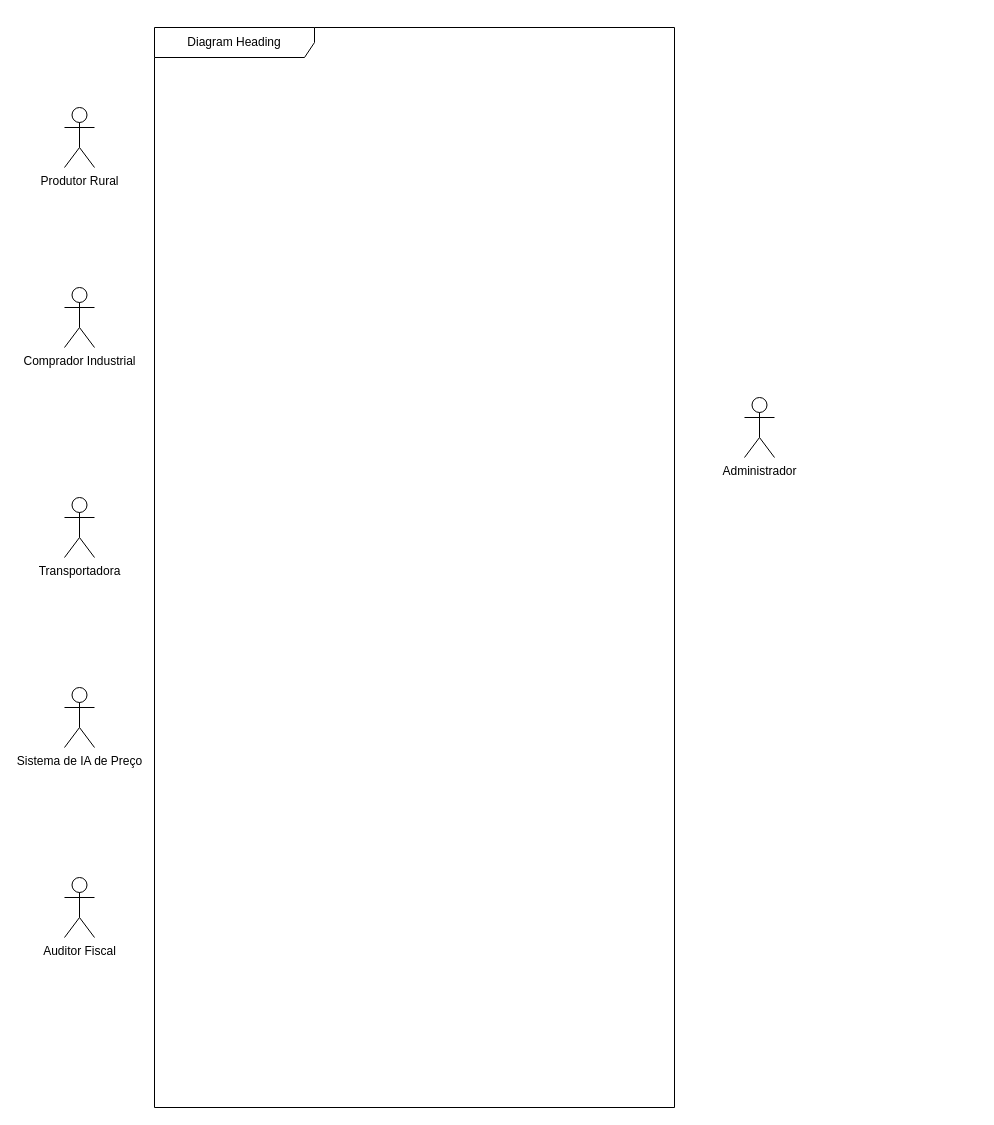
JCalisso/Aulas_Faccat keeps this draw.io diagram as UML.drawio. Above is the earlier version. Source tidied: cells renumbered, new cells numbered last; positions are measured from the earlier drawing's top-left corner, leaving out a move shared by most shapes. Both pictures are drawn from the tidied source at 100%, with x=0, y=0 at pixel (64, 27).
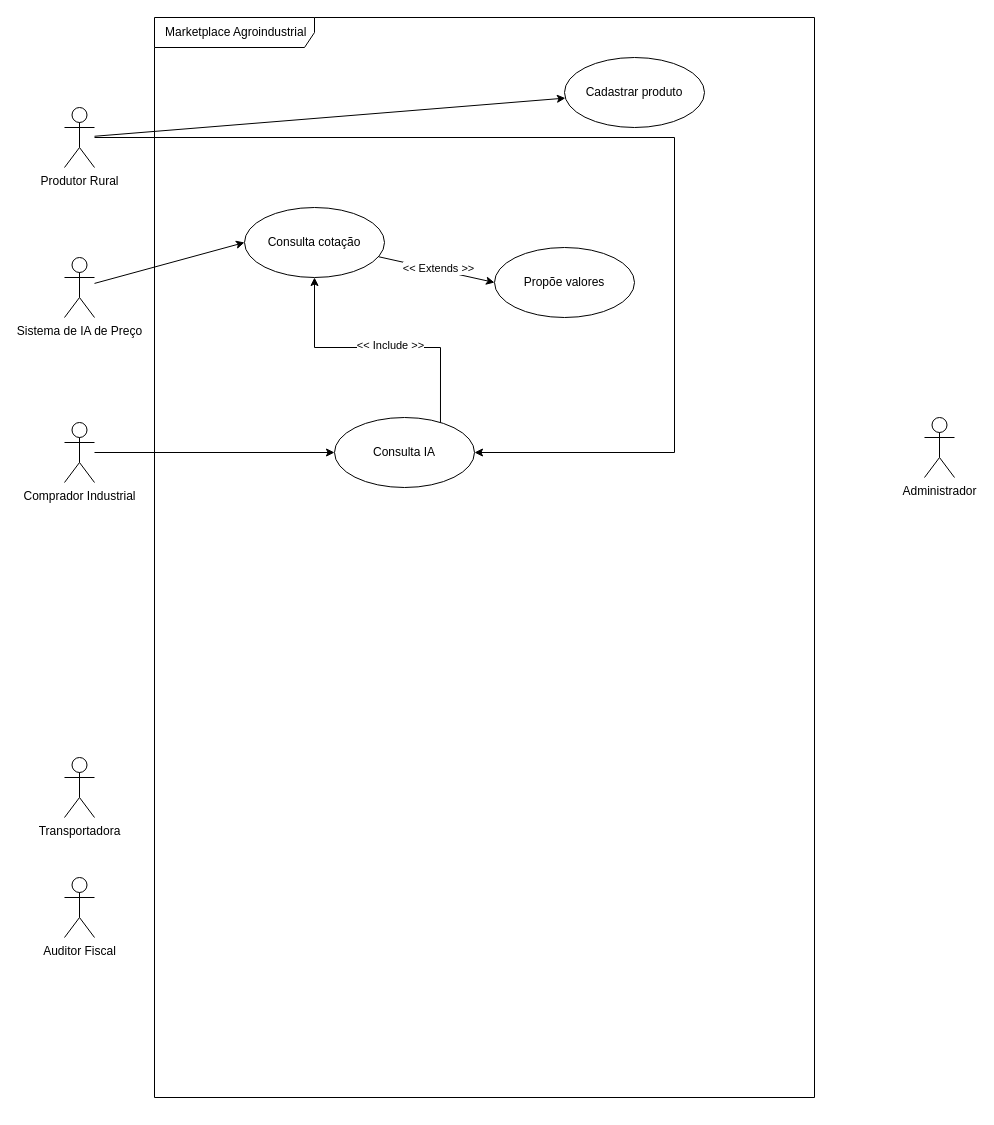
After the change.

Unchanged cells that the change refers to:
```xml
<mxCell id="3" value="&lt;div&gt;Produtor Rural&lt;/div&gt;" style="shape=umlActor;verticalLabelPosition=bottom;verticalAlign=top;html=1;" parent="1" vertex="1">
  <mxGeometry y="80" width="30" height="60" as="geometry" />
</mxCell>
```

Diff of the diagram source:
```diff
@@
-    <mxCell id="2" value="Diagram Heading" style="shape=umlFrame;whiteSpace=wrap;html=1;width=160;" parent="1" vertex="1">
-      <mxGeometry x="90" width="520" height="1080" as="geometry" />
+    <mxCell id="2" value="&lt;div&gt;&amp;nbsp;Marketplace Agroindustrial&lt;/div&gt;" style="shape=umlFrame;whiteSpace=wrap;html=1;width=160;" parent="1" vertex="1">
+      <mxGeometry x="90" y="-10" width="660" height="1080" as="geometry" />
     </mxCell>
+    <mxCell id="9" value="&lt;div&gt;Cadastrar produto&lt;/div&gt;" style="ellipse;whiteSpace=wrap;html=1;" parent="2" vertex="1">
+      <mxGeometry x="410" y="40" width="140" height="70" as="geometry" />
+    </mxCell>
+    <mxCell id="10" style="rounded=0;jettySize=auto;html=1;entryX=0;entryY=0.5;entryDx=0;entryDy=0;" parent="2" edge="1" source="12" target="13">
+      <mxGeometry relative="1" as="geometry" />
+    </mxCell>
+    <mxCell id="11" value="&lt;div&gt;&amp;lt;&amp;lt; Extends &amp;gt;&amp;gt;&lt;/div&gt;" style="edgeLabel;html=1;align=center;verticalAlign=middle;" parent="10" vertex="1">
+      <mxGeometry x="0.02" y="2" relative="1" as="geometry" />
+    </mxCell>
+    <mxCell id="12" value="Consulta cotação" style="ellipse;whiteSpace=wrap;html=1;" parent="2" vertex="1">
+      <mxGeometry x="90" y="190" width="140" height="70" as="geometry" />
+    </mxCell>
+    <mxCell id="13" value="Propõe valores" style="ellipse;whiteSpace=wrap;html=1;" parent="2" vertex="1">
+      <mxGeometry x="340" y="230" width="140" height="70" as="geometry" />
+    </mxCell>
+    <mxCell id="14" style="rounded=0;jettySize=auto;html=1;entryX=0.5;entryY=1;entryDx=0;entryDy=0;exitX=0.757;exitY=0.102;exitDx=0;exitDy=0;exitPerimeter=0;edgeStyle=orthogonalEdgeStyle;" parent="2" edge="1" source="16" target="12">
+      <mxGeometry relative="1" as="geometry" />
+    </mxCell>
+    <mxCell id="15" value="&amp;lt;&amp;lt; Include &amp;gt;&amp;gt;" style="edgeLabel;html=1;align=center;verticalAlign=middle;" parent="14" vertex="1">
+      <mxGeometry x="-0.06" y="-4" relative="1" as="geometry">
+        <mxPoint y="1" as="offset" />
+      </mxGeometry>
+    </mxCell>
+    <mxCell id="16" value="&lt;div&gt;Consulta IA&lt;/div&gt;" style="ellipse;whiteSpace=wrap;html=1;" parent="2" vertex="1">
+      <mxGeometry x="180" y="400" width="140" height="70" as="geometry" />
+    </mxCell>
+    <mxCell id="17" style="rounded=0;jettySize=auto;html=1;" parent="1" edge="1" source="3" target="9">
+      <mxGeometry relative="1" as="geometry" />
+    </mxCell>
+    <mxCell id="18" style="edgeStyle=orthogonalEdgeStyle;rounded=0;jettySize=auto;html=1;entryX=1;entryY=0.5;entryDx=0;entryDy=0;" parent="1" edge="1" source="3" target="16">
+      <mxGeometry relative="1" as="geometry">
+        <Array as="points">
+          <mxPoint x="610" y="110" />
+          <mxPoint x="610" y="425" />
+        </Array>
+      </mxGeometry>
+    </mxCell>
@@
     <mxCell id="4" value="&lt;div&gt;Comprador Industrial&lt;/div&gt;" style="shape=umlActor;verticalLabelPosition=bottom;verticalAlign=top;html=1;" parent="1" vertex="1">
-      <mxGeometry y="260" width="30" height="60" as="geometry" />
+      <mxGeometry y="395" width="30" height="60" as="geometry" />
     </mxCell>
     <mxCell id="5" value="&lt;div&gt;Transportadora&lt;/div&gt;" style="shape=umlActor;verticalLabelPosition=bottom;verticalAlign=top;html=1;" parent="1" vertex="1">
-      <mxGeometry y="470" width="30" height="60" as="geometry" />
+      <mxGeometry y="730" width="30" height="60" as="geometry" />
     </mxCell>
-    <mxCell id="6" value="&lt;div&gt;Sistema de IA de Preço&lt;/div&gt;" style="shape=umlActor;verticalLabelPosition=bottom;verticalAlign=top;html=1;" parent="1" vertex="1">
-      <mxGeometry y="660" width="30" height="60" as="geometry" />
-    </mxCell>
@@
     <mxCell id="8" value="&lt;div&gt;Administrador&lt;/div&gt;" style="shape=umlActor;verticalLabelPosition=bottom;verticalAlign=top;html=1;" parent="1" vertex="1">
-      <mxGeometry x="680" y="370" width="30" height="60" as="geometry" />
+      <mxGeometry x="860" y="390" width="30" height="60" as="geometry" />
     </mxCell>
+    <mxCell id="6" value="&lt;div&gt;Sistema de IA de Preço&lt;/div&gt;" style="shape=umlActor;verticalLabelPosition=bottom;verticalAlign=top;html=1;" parent="1" vertex="1">
+      <mxGeometry y="230" width="30" height="60" as="geometry" />
+    </mxCell>
+    <mxCell id="19" style="rounded=0;jettySize=auto;html=1;entryX=0;entryY=0.5;entryDx=0;entryDy=0;" parent="1" edge="1" source="6" target="12">
+      <mxGeometry relative="1" as="geometry" />
+    </mxCell>
+    <mxCell id="20" style="rounded=0;jettySize=auto;html=1;entryX=0;entryY=0.5;entryDx=0;entryDy=0;edgeStyle=orthogonalEdgeStyle;" parent="1" edge="1" source="4" target="16">
+      <mxGeometry relative="1" as="geometry" />
+    </mxCell>
```
